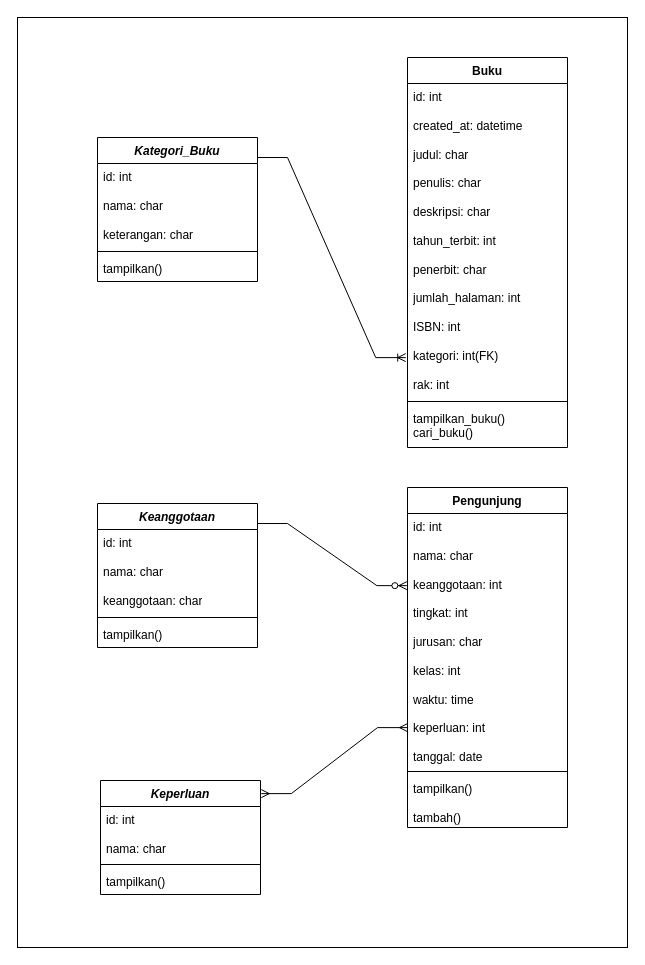
Before: Class-diagaram.drawio in ZulpaAgustin/Perpus-Digital, a draw.io diagram. Source tidied: cells renumbered, new cells numbered last; positions are measured from the earlier drawing's top-left corner, leaving out a move shared by most shapes. Both pictures are drawn from the tidied source at 100%, with x=0, y=0 at pixel (17, 17).
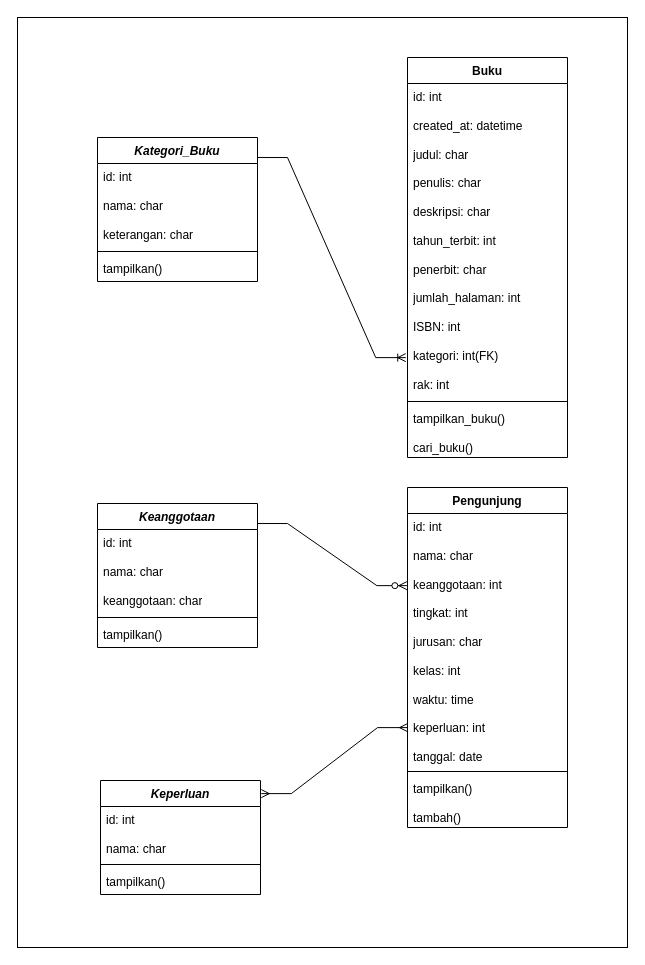
Above is the later version.

Diff of the diagram source:
```diff
@@
     <mxCell id="3" value="Buku" style="swimlane;fontStyle=1;align=center;verticalAlign=top;horizontal=1;startSize=26;whiteSpace=wrap;html=1;" parent="1" vertex="1">
-      <mxGeometry x="390" y="40" width="160" height="390" as="geometry" />
+      <mxGeometry x="390" y="40" width="160" height="400" as="geometry" />
     </mxCell>
@@
-    <mxCell id="6" value="tampilkan_buku()&lt;br&gt;cari_buku()" style="text;strokeColor=none;fillColor=none;align=left;verticalAlign=top;spacingLeft=4;spacingRight=4;overflow=hidden;whiteSpace=wrap;html=1;" parent="3" vertex="1">
-      <mxGeometry y="348" width="160" height="42" as="geometry" />
+    <mxCell id="6" value="tampilkan_buku()&lt;br&gt;&lt;br&gt;cari_buku()" style="text;strokeColor=none;fillColor=none;align=left;verticalAlign=top;spacingLeft=4;spacingRight=4;overflow=hidden;whiteSpace=wrap;html=1;" parent="3" vertex="1">
+      <mxGeometry y="348" width="160" height="52" as="geometry" />
     </mxCell>
```
